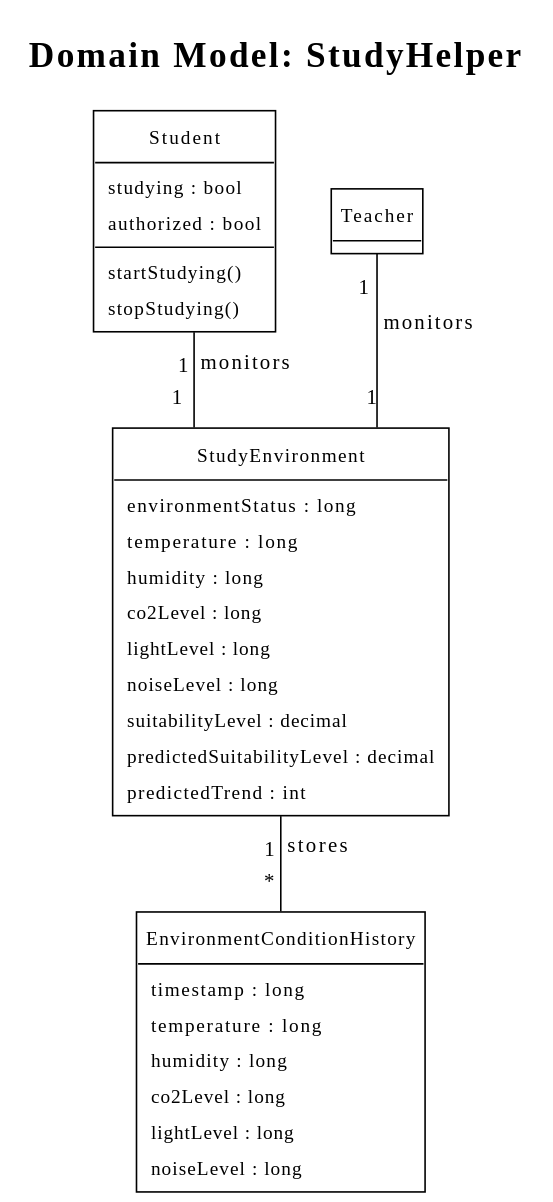
Earlier version of the PlantUML export Documentation/Analysis/StudyHelper.domain.svg (SEP4Real/SEP4).
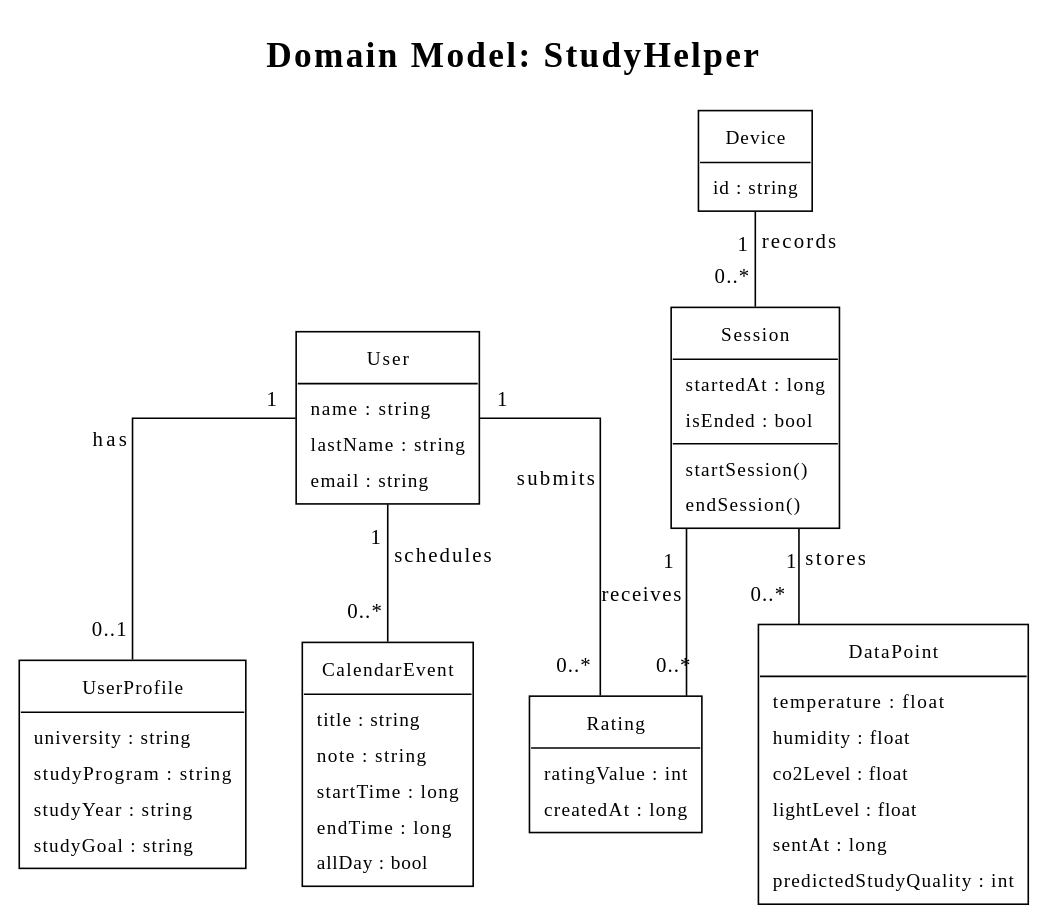
After the commit.

Change to the diagram source:
```diff
@@ -1,34 +1,49 @@
 @startuml
 title Domain Model: StudyHelper
 !include https://raw.githubusercontent.com/fredoslav2004/MinimalThemePUML/refs/heads/main/minimal-theme.puml
-class Student {
-  studying : bool
-  authorized : bool
-  startStudying()
-  stopStudying()
+class User {
+  name : string
+  lastName : string
+  email : string
 }
-class Teacher {
+class UserProfile {
+  university : string
+  studyProgram : string
+  studyYear : string
+  studyGoal : string
 }
-class StudyEnvironment {
-  environmentStatus : long
-  temperature : long
-  humidity : long
-  co2Level : long
-  lightLevel : long
-  noiseLevel : long
-  suitabilityLevel : decimal
-  predictedSuitabilityLevel : decimal
-  predictedTrend : int
+class Device {
+  id : string
 }
-class EnvironmentConditionHistory {
-  timestamp : long
-  temperature : long
-  humidity : long
-  co2Level : long
-  lightLevel : long
-  noiseLevel : long
+class Session {
+  startedAt : long
+  isEnded : bool
+  startSession()
+  endSession()
 }
-Student "1" -- "1" StudyEnvironment : monitors
-Teacher "1" -- "1" StudyEnvironment : monitors
-StudyEnvironment "1" -- "*" EnvironmentConditionHistory : stores
+class DataPoint {
+  temperature : float
+  humidity : float
+  co2Level : float
+  lightLevel : float
+  sentAt : long
+  predictedStudyQuality : int
+}
+class Rating {
+  ratingValue : int
+  createdAt : long
+}
+class CalendarEvent {
+  title : string
+  note : string
+  startTime : long
+  endTime : long
+  allDay : bool
+}
+User "1" -- "0..1" UserProfile : has
+User "1" -- "0..*" CalendarEvent : schedules
+User "1" -- "0..*" Rating : submits
+Device "1" -- "0..*" Session : records
+Session "1" -- "0..*" DataPoint : stores
+Session "1" -- "0..*" Rating : receives
 @enduml
```
